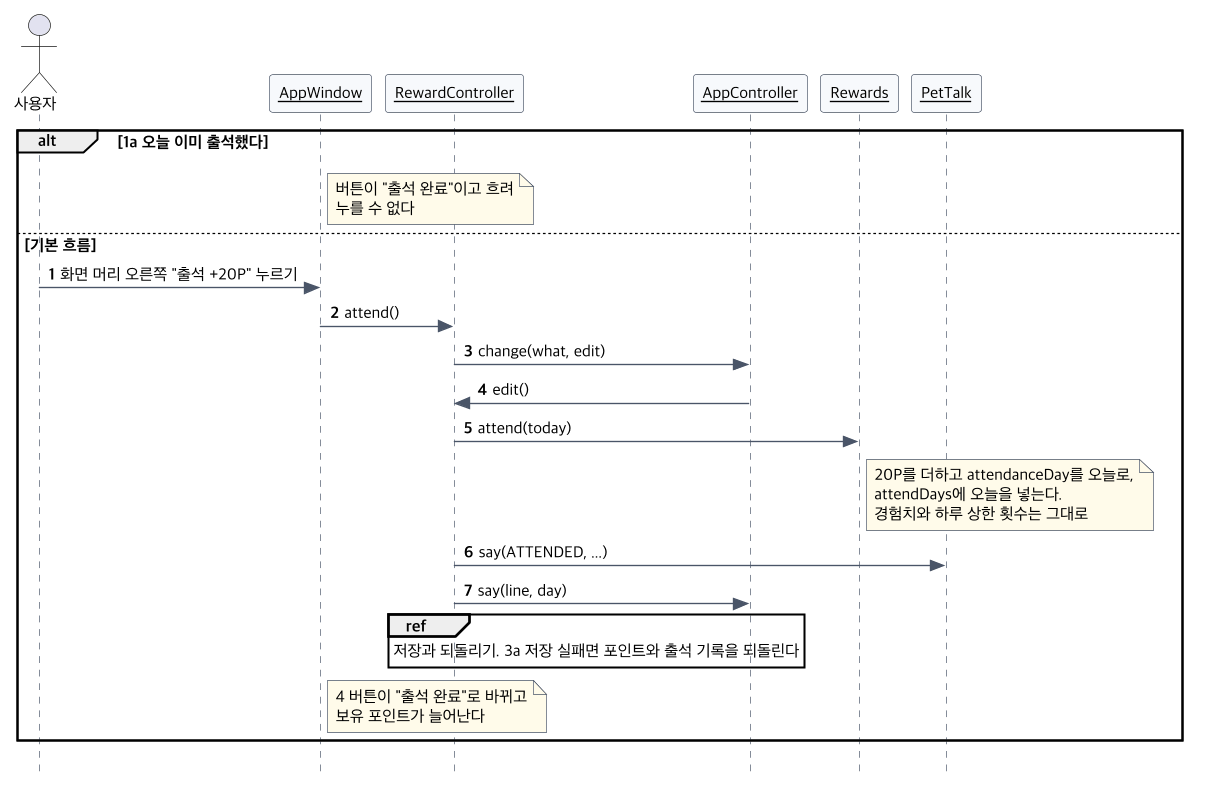
2026-2-software-system-design-11/planning-pet-app keeps this PlantUML diagram as docs/diagrams/seq-uc02.png. Above is the earlier version. Its diagram source:
```plantuml
@startuml seq-uc02
!include seq-common.iuml
actor 사용자
$obj(AppWindow)
$obj(RewardController)
$obj(AppController)
$obj(Rewards)
$obj(PetTalk)
alt 1a 오늘 이미 출석했다
  note right of AppWindow : 버튼이 "출석 완료"이고 흐려\n누를 수 없다
else 기본 흐름
  사용자 -> AppWindow : 화면 머리 오른쪽 "출석 +20P" 누르기
  AppWindow -> RewardController : attend()
  RewardController -> AppController : change(what, edit)
  AppController -> RewardController : edit()
  RewardController -> Rewards : attend(today)
  note right of Rewards : 20P를 더하고 attendanceDay를 오늘로,\nattendDays에 오늘을 넣는다.\n경험치와 하루 상한 횟수는 그대로
  RewardController -> PetTalk : say(ATTENDED, ...)
  RewardController -> AppController : say(line, day)
  ref over RewardController, AppController : 저장과 되돌리기. 3a 저장 실패면 포인트와 출석 기록을 되돌린다
  note right of AppWindow : 4 버튼이 "출석 완료"로 바뀌고\n보유 포인트가 늘어난다
end
@enduml
```
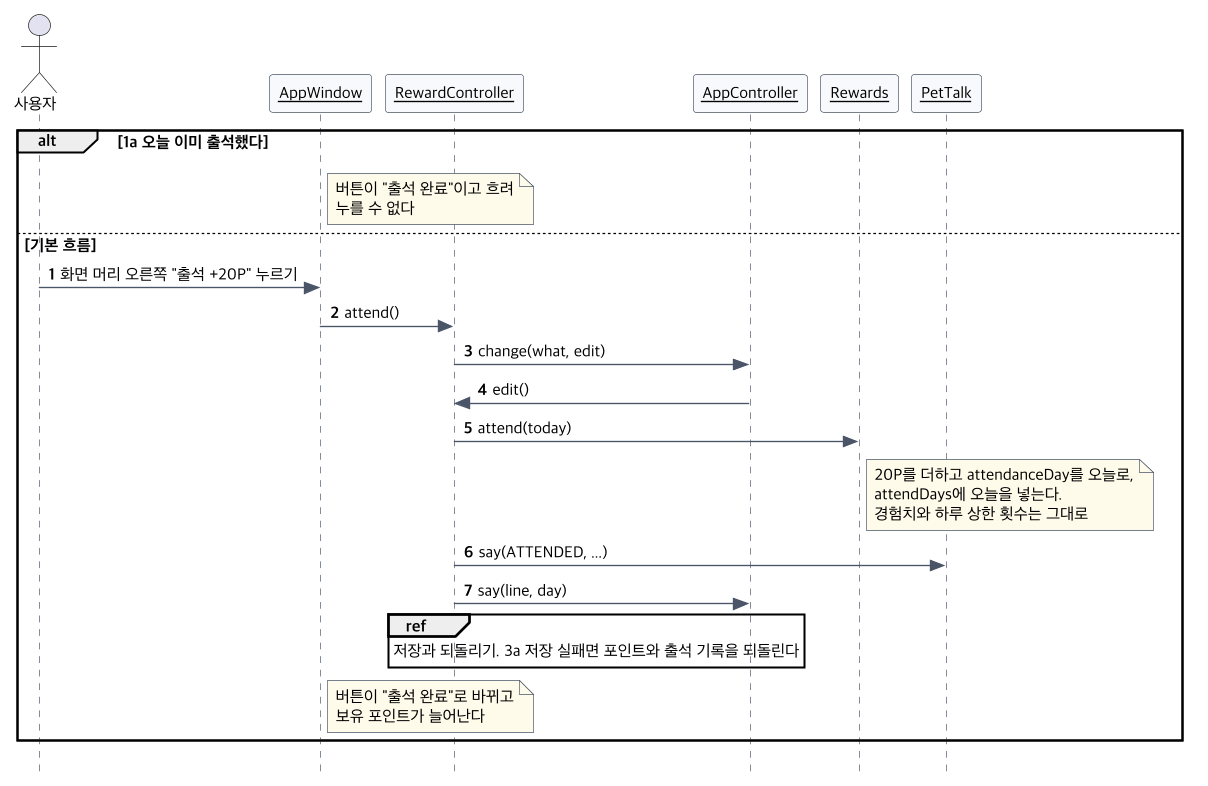
Later version of the same file.

The edit, as a diff of the source:
```diff
@@ -18,6 +18,6 @@
   RewardController -> PetTalk : say(ATTENDED, ...)
   RewardController -> AppController : say(line, day)
   ref over RewardController, AppController : 저장과 되돌리기. 3a 저장 실패면 포인트와 출석 기록을 되돌린다
-  note right of AppWindow : 4 버튼이 "출석 완료"로 바뀌고\n보유 포인트가 늘어난다
+  note right of AppWindow : 버튼이 "출석 완료"로 바뀌고\n보유 포인트가 늘어난다
 end
 @enduml
```
